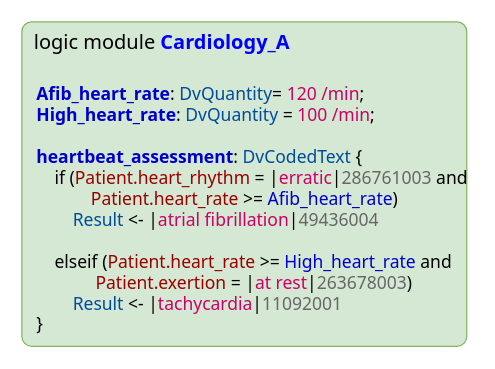
This is docs/decision_language/diagrams/representation_naive.drawio from openEHR/specifications-PROC, a draw.io file, before an edit. Source tidied: cells renumbered, new cells numbered last; positions are measured from the earlier drawing's top-left corner, leaving out a move shared by most shapes. Both pictures are drawn from the tidied source at 125%, with x=0, y=0 at pixel (21, 21).
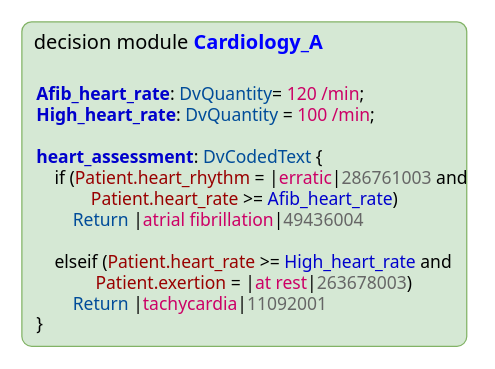
After the change.

Diff of the diagram source:
```diff
@@
 <mxGraphModel>
   <root>
     <mxCell id="0" />
     <mxCell id="1" parent="0" />
-    <mxCell id="2" value="&lt;div style=&quot;text-align: center ; font-size: 16px&quot;&gt;logic module&amp;nbsp;&lt;b style=&quot;font-size: 16px&quot;&gt;&lt;font color=&quot;#0000ff&quot; style=&quot;font-size: 16px&quot;&gt;Cardiology_A&lt;/font&gt;&lt;/b&gt;&lt;/div&gt;&lt;font color=&quot;#595959&quot; style=&quot;font-size: 16px&quot;&gt;&lt;div style=&quot;text-align: center ; font-size: 16px&quot;&gt;&lt;span style=&quot;font-size: 16px&quot;&gt;&amp;nbsp; &amp;nbsp; &amp;nbsp; &amp;nbsp; &amp;nbsp;&lt;/span&gt;&lt;span style=&quot;font-size: 16px&quot;&gt;&amp;nbsp; &amp;nbsp; &amp;nbsp; &amp;nbsp;&lt;/span&gt;&lt;/div&gt;&lt;/font&gt;" style="rounded=1;whiteSpace=wrap;html=1;fontSize=16;arcSize=3;verticalAlign=top;fillColor=#d5e8d4;strokeColor=#82b366;align=left;spacingLeft=8;fontFamily=Tahoma;" parent="1" vertex="1">
+    <mxCell id="2" value="&lt;div style=&quot;text-align: center ; font-size: 16px&quot;&gt;decision module&amp;nbsp;&lt;b style=&quot;font-size: 16px&quot;&gt;&lt;font color=&quot;#0000ff&quot; style=&quot;font-size: 16px&quot;&gt;Cardiology_A&lt;/font&gt;&lt;/b&gt;&lt;/div&gt;&lt;font color=&quot;#595959&quot; style=&quot;font-size: 16px&quot;&gt;&lt;div style=&quot;text-align: center ; font-size: 16px&quot;&gt;&lt;span style=&quot;font-size: 16px&quot;&gt;&amp;nbsp; &amp;nbsp; &amp;nbsp; &amp;nbsp; &amp;nbsp;&lt;/span&gt;&lt;span style=&quot;font-size: 16px&quot;&gt;&amp;nbsp; &amp;nbsp; &amp;nbsp; &amp;nbsp;&lt;/span&gt;&lt;/div&gt;&lt;/font&gt;" style="rounded=1;whiteSpace=wrap;html=1;fontSize=16;arcSize=3;verticalAlign=top;fillColor=#d5e8d4;strokeColor=#82b366;align=left;spacingLeft=8;fontFamily=Tahoma;" parent="1" vertex="1">
       <mxGeometry width="355.9" height="259.5" as="geometry" />
     </mxCell>
-    <mxCell id="3" value="&lt;b&gt;&lt;font color=&quot;#0000cc&quot;&gt;Afib_heart_rate&lt;/font&gt;&lt;/b&gt;:&amp;nbsp;&lt;font color=&quot;#004c99&quot;&gt;DvQuantity&lt;/font&gt;= &lt;font color=&quot;#cc0066&quot;&gt;120 /min&lt;/font&gt;;&lt;br&gt;&lt;b&gt;&lt;font color=&quot;#0000cc&quot;&gt;High_heart_rate&lt;/font&gt;&lt;/b&gt;:&amp;nbsp;&lt;font color=&quot;#004c99&quot;&gt;DvQuantity&lt;/font&gt;&amp;nbsp;= &lt;font color=&quot;#cc0066&quot;&gt;100 /min&lt;/font&gt;;&lt;br&gt;&lt;br&gt;&lt;b&gt;&lt;font color=&quot;#0000cc&quot;&gt;heartbeat_assessment&lt;/font&gt;&lt;/b&gt;: &lt;font color=&quot;#004c99&quot;&gt;DvCodedText&lt;/font&gt;&amp;nbsp;{&lt;br&gt;&amp;nbsp; &amp;nbsp;&amp;nbsp;if&amp;nbsp;(&lt;font color=&quot;#990000&quot;&gt;Patient.heart_rhythm&lt;/font&gt;&amp;nbsp;= |&lt;font color=&quot;#cc0066&quot;&gt;erratic&lt;/font&gt;|&lt;font color=&quot;#666666&quot;&gt;286761003&lt;/font&gt;&amp;nbsp;and&amp;nbsp;&lt;br&gt;&amp;nbsp; &amp;nbsp; &amp;nbsp; &amp;nbsp; &amp;nbsp; &amp;nbsp; &lt;font color=&quot;#990000&quot;&gt;Patient.heart_rate&lt;/font&gt;&amp;nbsp;&amp;gt;=&amp;nbsp;&lt;font color=&quot;#0000cc&quot;&gt;Afib_heart_rate&lt;/font&gt;)&lt;br&gt;&amp;nbsp; &amp;nbsp; &amp;nbsp; &amp;nbsp;&amp;nbsp;&lt;span style=&quot;color: rgb(0 , 76 , 153)&quot;&gt;Result&lt;/span&gt;&amp;nbsp;&amp;lt;-&amp;nbsp;|&lt;font color=&quot;#cc0066&quot;&gt;atrial fibrillation&lt;/font&gt;|&lt;font color=&quot;#666666&quot;&gt;49436004&lt;/font&gt;&lt;br&gt;&lt;br&gt;&amp;nbsp; &amp;nbsp;&amp;nbsp;elseif&amp;nbsp;(&lt;span style=&quot;color: rgb(153 , 0 , 0)&quot;&gt;Patient.heart_rate&lt;/span&gt;&amp;nbsp;&amp;gt;=&amp;nbsp;&lt;font color=&quot;#0000cc&quot;&gt;High_heart_rate&lt;/font&gt;&amp;nbsp;and&lt;br&gt;&amp;nbsp; &amp;nbsp; &amp;nbsp; &amp;nbsp; &amp;nbsp; &amp;nbsp; &amp;nbsp;&lt;font color=&quot;#990000&quot;&gt;Patient.exertion&lt;/font&gt;&amp;nbsp;= |&lt;font color=&quot;#cc0066&quot;&gt;at rest&lt;/font&gt;|&lt;font color=&quot;#666666&quot;&gt;263678003&lt;/font&gt;)&lt;br&gt;&amp;nbsp; &amp;nbsp; &amp;nbsp; &amp;nbsp; &lt;font color=&quot;#004c99&quot;&gt;Result&lt;/font&gt; &amp;lt;-&amp;nbsp;|&lt;font color=&quot;#cc0066&quot;&gt;tachycardia&lt;/font&gt;|&lt;font color=&quot;#666666&quot;&gt;11092001&lt;/font&gt;&lt;br&gt;}" style="text;align=left;verticalAlign=middle;fontSize=14;fontFamily=Tahoma;html=1;" parent="1" vertex="1">
+    <mxCell id="3" value="&lt;b&gt;&lt;font color=&quot;#0000cc&quot;&gt;Afib_heart_rate&lt;/font&gt;&lt;/b&gt;:&amp;nbsp;&lt;font color=&quot;#004c99&quot;&gt;DvQuantity&lt;/font&gt;= &lt;font color=&quot;#cc0066&quot;&gt;120 /min&lt;/font&gt;;&lt;br&gt;&lt;b&gt;&lt;font color=&quot;#0000cc&quot;&gt;High_heart_rate&lt;/font&gt;&lt;/b&gt;:&amp;nbsp;&lt;font color=&quot;#004c99&quot;&gt;DvQuantity&lt;/font&gt;&amp;nbsp;= &lt;font color=&quot;#cc0066&quot;&gt;100 /min&lt;/font&gt;;&lt;br&gt;&lt;br&gt;&lt;b&gt;&lt;font color=&quot;#0000cc&quot;&gt;heart_assessment&lt;/font&gt;&lt;/b&gt;: &lt;font color=&quot;#004c99&quot;&gt;DvCodedText&lt;/font&gt;&amp;nbsp;{&lt;br&gt;&amp;nbsp; &amp;nbsp;&amp;nbsp;if&amp;nbsp;(&lt;font color=&quot;#990000&quot;&gt;Patient.heart_rhythm&lt;/font&gt;&amp;nbsp;= |&lt;font color=&quot;#cc0066&quot;&gt;erratic&lt;/font&gt;|&lt;font color=&quot;#666666&quot;&gt;286761003&lt;/font&gt;&amp;nbsp;and&amp;nbsp;&lt;br&gt;&amp;nbsp; &amp;nbsp; &amp;nbsp; &amp;nbsp; &amp;nbsp; &amp;nbsp; &lt;font color=&quot;#990000&quot;&gt;Patient.heart_rate&lt;/font&gt;&amp;nbsp;&amp;gt;=&amp;nbsp;&lt;font color=&quot;#0000cc&quot;&gt;Afib_heart_rate&lt;/font&gt;)&lt;br&gt;&amp;nbsp; &amp;nbsp; &amp;nbsp; &amp;nbsp;&amp;nbsp;&lt;span style=&quot;color: rgb(0 , 76 , 153)&quot;&gt;Return&lt;/span&gt;&amp;nbsp;|&lt;font color=&quot;#cc0066&quot;&gt;atrial fibrillation&lt;/font&gt;|&lt;font color=&quot;#666666&quot;&gt;49436004&lt;/font&gt;&lt;br&gt;&lt;br&gt;&amp;nbsp; &amp;nbsp;&amp;nbsp;elseif&amp;nbsp;(&lt;span style=&quot;color: rgb(153 , 0 , 0)&quot;&gt;Patient.heart_rate&lt;/span&gt;&amp;nbsp;&amp;gt;=&amp;nbsp;&lt;font color=&quot;#0000cc&quot;&gt;High_heart_rate&lt;/font&gt;&amp;nbsp;and&lt;br&gt;&amp;nbsp; &amp;nbsp; &amp;nbsp; &amp;nbsp; &amp;nbsp; &amp;nbsp; &amp;nbsp;&lt;font color=&quot;#990000&quot;&gt;Patient.exertion&lt;/font&gt;&amp;nbsp;= |&lt;font color=&quot;#cc0066&quot;&gt;at rest&lt;/font&gt;|&lt;font color=&quot;#666666&quot;&gt;263678003&lt;/font&gt;)&lt;br&gt;&amp;nbsp; &amp;nbsp; &amp;nbsp; &amp;nbsp; &lt;font color=&quot;#004c99&quot;&gt;Return&lt;/font&gt;&amp;nbsp;|&lt;font color=&quot;#cc0066&quot;&gt;tachycardia&lt;/font&gt;|&lt;font color=&quot;#666666&quot;&gt;11092001&lt;/font&gt;&lt;br&gt;}" style="text;align=left;verticalAlign=middle;fontSize=14;fontFamily=Tahoma;html=1;" parent="1" vertex="1">
       <mxGeometry x="10" y="44.8" width="350" height="210" as="geometry" />
     </mxCell>
   </root>
 </mxGraphModel>
```
